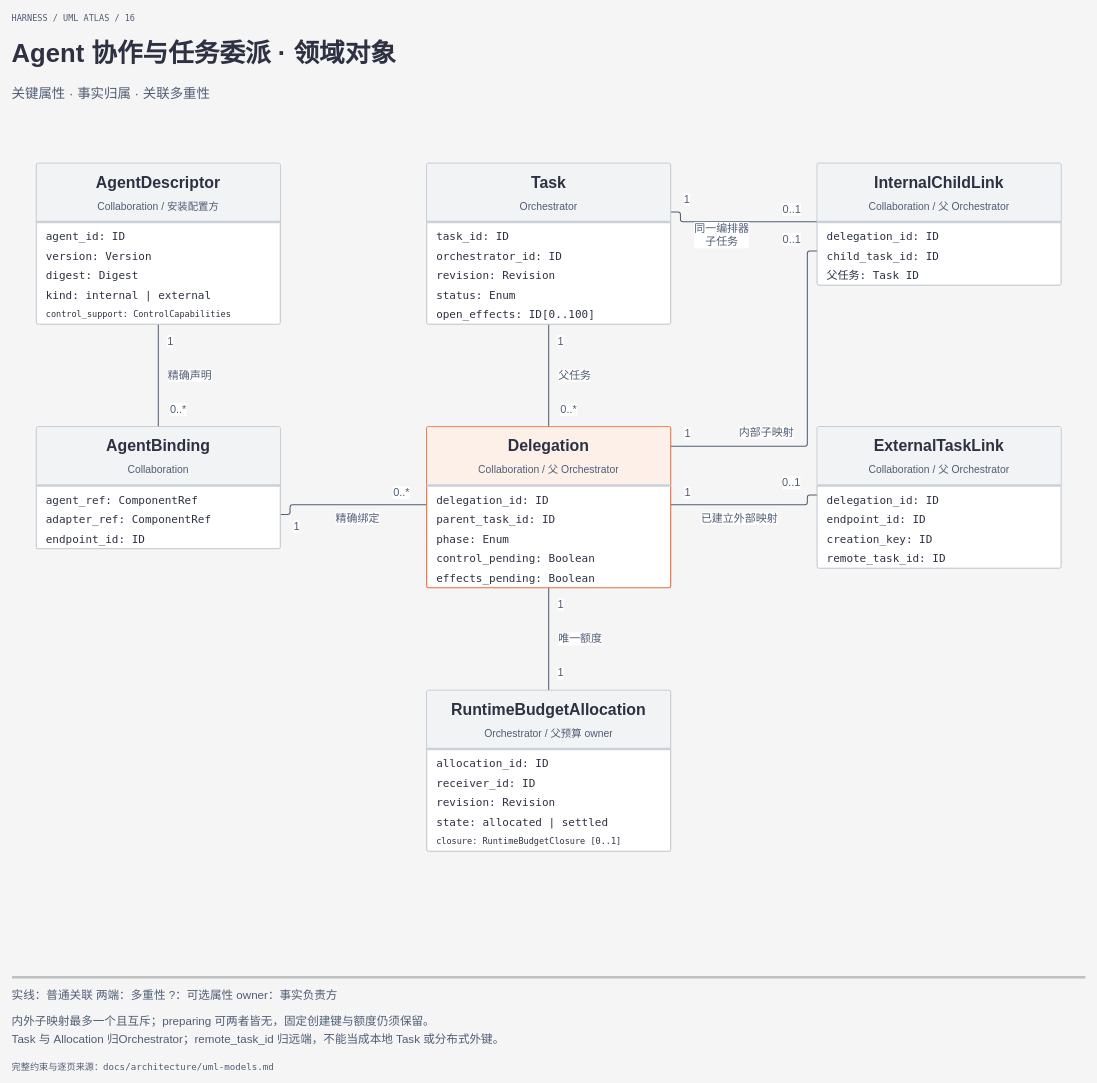
Above: page "16 Agent 协作与任务委派 · 领域对象" (16 of 20) of docs/architecture/diagrams/uml-models.drawio in ruipengliu/lerna (draw.io), before the change. Source tidied: cells renumbered, new cells numbered last; positions are measured from the earlier drawing's top-left corner, leaving out a move shared by most shapes. Both pictures are drawn from the tidied source at 61%, with x=0, y=0 at pixel (12, 10).
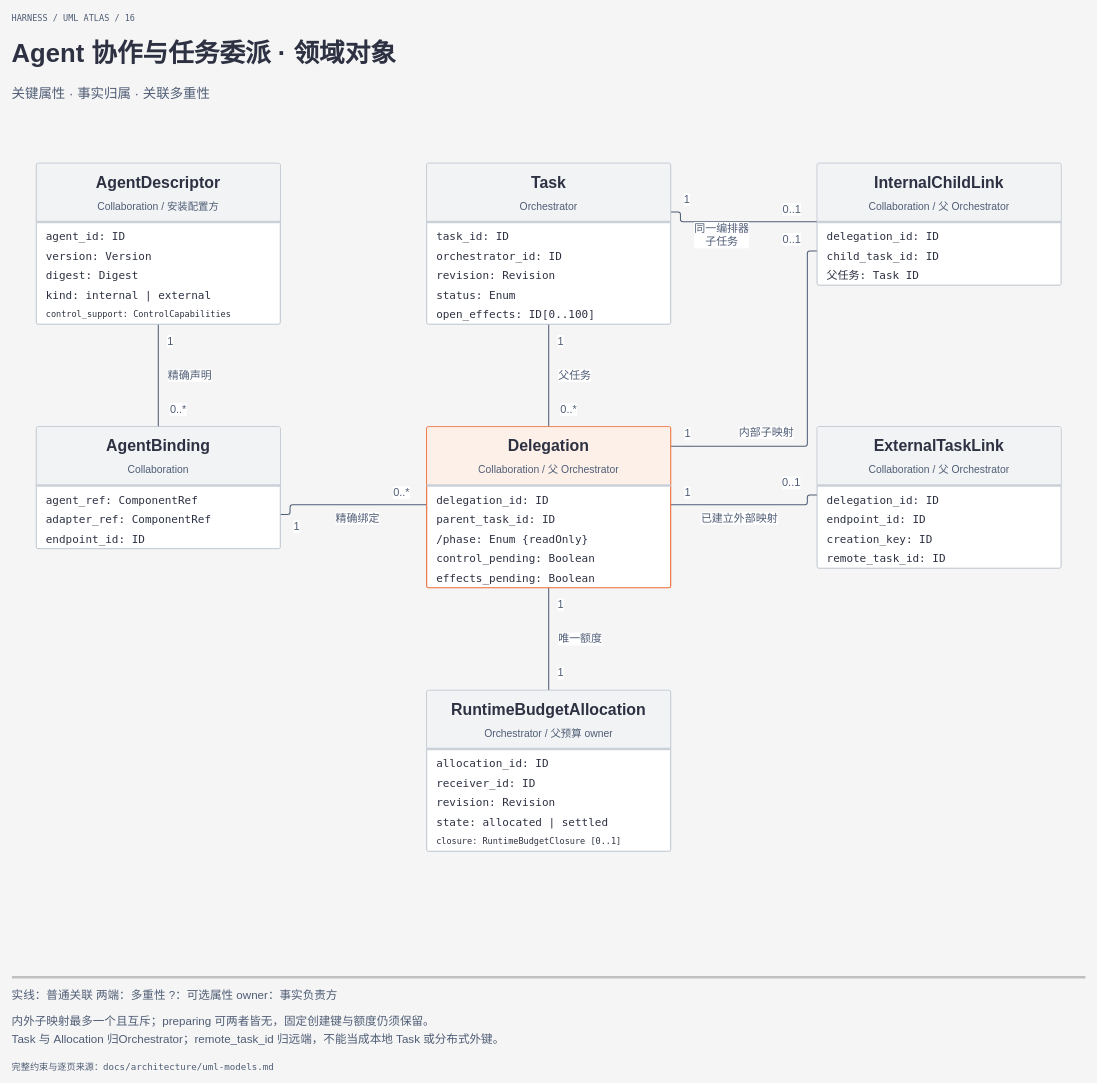
The same diagram, later.

Unchanged cells that the change refers to:
```xml
<mxCell id="43" style="rounded=1;absoluteArcSize=1;arcSize=6;fillColor=#ffffff;strokeColor=#eb6c36;strokeWidth=1.8;" parent="1" vertex="1">
  <mxGeometry x="680" y="682" width="400" height="264" as="geometry" />
</mxCell>
```

The edit, as a diff of the source:
```diff
@@
-    <mxCell id="50" value="phase: Enum" style="text;html=0;whiteSpace=nowrap;overflow=hidden;strokeColor=none;fillColor=none;align=left;verticalAlign=middle;spacing=0;fontFamily=Geist Mono, Menlo, PingFang SC;fontSize=18;fontColor=#2d3142;fontStyle=0;" parent="43" vertex="1">
+    <mxCell id="50" value="/phase: Enum {readOnly}" style="text;html=0;whiteSpace=nowrap;overflow=hidden;strokeColor=none;fillColor=none;align=left;verticalAlign=middle;spacing=0;fontFamily=Geist Mono, Menlo, PingFang SC;fontSize=18;fontColor=#2d3142;fontStyle=0;" parent="43" vertex="1">
       <mxGeometry x="16" y="168" width="368" height="30" as="geometry" />
     </mxCell>
```
